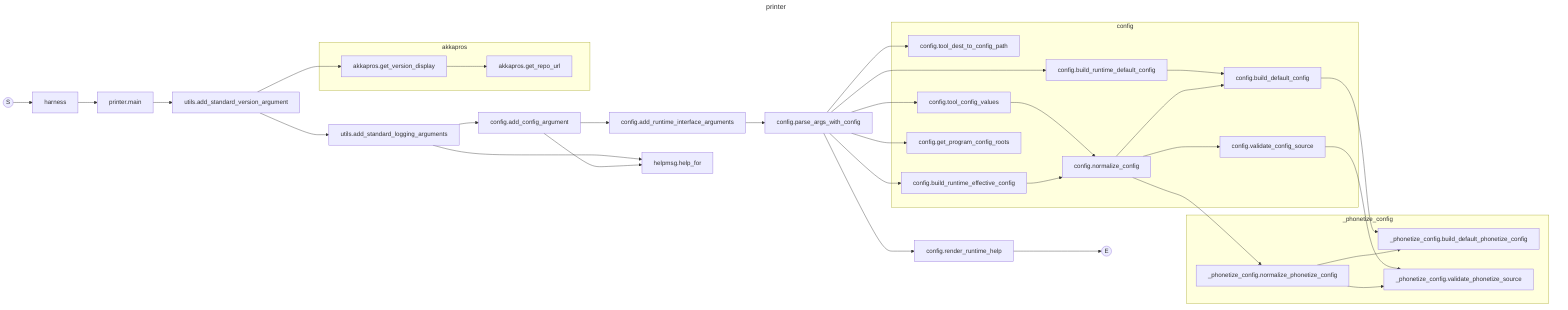
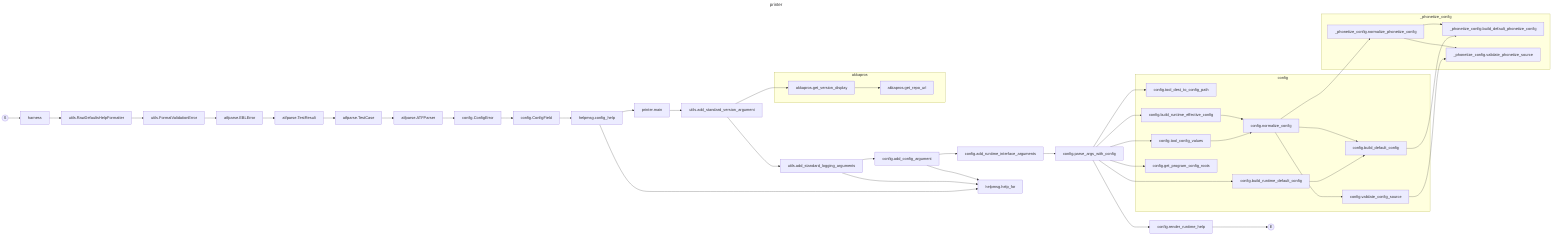
---
title: printer
---
flowchart LR
	__start__(("S"))
	__end__(("E"))
	__main____harness["harness"]
+ 	akkapros_lib_utils__RawDefaultsHelpFormatter["utils.RawDefaultsHelpFormatter"]
+ 	akkapros_lib_utils__FormatValidationError["utils.FormatValidationError"]
+ 	akkapros_lib_atfparse__EBLError["atfparse.EBLError"]
+ 	akkapros_lib_atfparse__TestResult["atfparse.TestResult"]
+ 	akkapros_lib_atfparse__TestCase["atfparse.TestCase"]
+ 	akkapros_lib_atfparse__ATFParser["atfparse.ATFParser"]
+ 	akkapros_lib_config__ConfigError["config.ConfigError"]
+ 	akkapros_lib_config__ConfigField["config.ConfigField"]
+ 	akkapros_lib_helpmsg__config_help["helpmsg.config_help"]
	src_akkapros_cli_printer__main["printer.main"]
	akkapros_lib_utils__add_standard_version_argument["utils.add_standard_version_argument"]
	akkapros_lib_utils__add_standard_logging_arguments["utils.add_standard_logging_arguments"]
	akkapros_lib_config__add_config_argument["config.add_config_argument"]
	akkapros_lib_config__add_runtime_interface_arguments["config.add_runtime_interface_arguments"]
	akkapros_lib_config__parse_args_with_config["config.parse_args_with_config"]
	akkapros_lib_config__render_runtime_help["config.render_runtime_help"]
	subgraph akkapros [akkapros]
		akkapros__get_version_display["akkapros.get_version_display"]
		akkapros__get_repo_url["akkapros.get_repo_url"]
	end
	akkapros_lib_helpmsg__help_for["helpmsg.help_for"]
	subgraph akkapros_lib_config [config]
		akkapros_lib_config__build_runtime_default_config["config.build_runtime_default_config"]
		akkapros_lib_config__build_default_config["config.build_default_config"]
		akkapros_lib_config__tool_dest_to_config_path["config.tool_dest_to_config_path"]
		akkapros_lib_config__tool_config_values["config.tool_config_values"]
		akkapros_lib_config__normalize_config["config.normalize_config"]
		akkapros_lib_config__validate_config_source["config.validate_config_source"]
		akkapros_lib_config__build_runtime_effective_config["config.build_runtime_effective_config"]
		akkapros_lib_config__get_program_config_roots["config.get_program_config_roots"]
	end
	subgraph akkapros_lib__phonetize_config [_phonetize_config]
		akkapros_lib__phonetize_config__build_default_phonetize_config["_phonetize_config.build_default_phonetize_config"]
		akkapros_lib__phonetize_config__validate_phonetize_source["_phonetize_config.validate_phonetize_source"]
		akkapros_lib__phonetize_config__normalize_phonetize_config["_phonetize_config.normalize_phonetize_config"]
	end
	__start__ --> __main____harness
- 	__main____harness --> src_akkapros_cli_printer__main
+ 	__main____harness --> akkapros_lib_utils__RawDefaultsHelpFormatter
+ 	akkapros_lib_utils__RawDefaultsHelpFormatter --> akkapros_lib_utils__FormatValidationError
+ 	akkapros_lib_utils__FormatValidationError --> akkapros_lib_atfparse__EBLError
+ 	akkapros_lib_atfparse__EBLError --> akkapros_lib_atfparse__TestResult
+ 	akkapros_lib_atfparse__TestResult --> akkapros_lib_atfparse__TestCase
+ 	akkapros_lib_atfparse__TestCase --> akkapros_lib_atfparse__ATFParser
+ 	akkapros_lib_atfparse__ATFParser --> akkapros_lib_config__ConfigError
+ 	akkapros_lib_config__ConfigError --> akkapros_lib_config__ConfigField
+ 	akkapros_lib_config__ConfigField --> akkapros_lib_helpmsg__config_help
+ 	akkapros_lib_helpmsg__config_help --> src_akkapros_cli_printer__main
	src_akkapros_cli_printer__main --> akkapros_lib_utils__add_standard_version_argument
	akkapros_lib_utils__add_standard_version_argument --> akkapros_lib_utils__add_standard_logging_arguments
	akkapros_lib_utils__add_standard_logging_arguments --> akkapros_lib_config__add_config_argument
	akkapros_lib_config__add_config_argument --> akkapros_lib_config__add_runtime_interface_arguments
	akkapros_lib_config__add_runtime_interface_arguments --> akkapros_lib_config__parse_args_with_config
	akkapros_lib_config__parse_args_with_config --> akkapros_lib_config__render_runtime_help
	akkapros_lib_config__render_runtime_help --> __end__
+ 	akkapros__get_version_display --> akkapros__get_repo_url
+ 	akkapros_lib_helpmsg__config_help --> akkapros_lib_helpmsg__help_for
	akkapros_lib_utils__add_standard_version_argument --> akkapros__get_version_display
- 	akkapros__get_version_display --> akkapros__get_repo_url
	akkapros_lib_utils__add_standard_logging_arguments --> akkapros_lib_helpmsg__help_for
	akkapros_lib_config__add_config_argument --> akkapros_lib_helpmsg__help_for
	akkapros_lib_config__parse_args_with_config --> akkapros_lib_config__build_runtime_default_config
	akkapros_lib_config__build_runtime_default_config --> akkapros_lib_config__build_default_config
	akkapros_lib_config__build_default_config --> akkapros_lib__phonetize_config__build_default_phonetize_config
	akkapros_lib_config__parse_args_with_config --> akkapros_lib_config__tool_dest_to_config_path
	akkapros_lib_config__parse_args_with_config --> akkapros_lib_config__tool_config_values
	akkapros_lib_config__tool_config_values --> akkapros_lib_config__normalize_config
	akkapros_lib_config__normalize_config --> akkapros_lib_config__validate_config_source
	akkapros_lib_config__validate_config_source --> akkapros_lib__phonetize_config__validate_phonetize_source
	akkapros_lib_config__normalize_config --> akkapros_lib_config__build_default_config
	akkapros_lib_config__normalize_config --> akkapros_lib__phonetize_config__normalize_phonetize_config
	akkapros_lib__phonetize_config__normalize_phonetize_config --> akkapros_lib__phonetize_config__build_default_phonetize_config
	akkapros_lib__phonetize_config__normalize_phonetize_config --> akkapros_lib__phonetize_config__validate_phonetize_source
	akkapros_lib_config__parse_args_with_config --> akkapros_lib_config__build_runtime_effective_config
	akkapros_lib_config__build_runtime_effective_config --> akkapros_lib_config__normalize_config
	akkapros_lib_config__parse_args_with_config --> akkapros_lib_config__get_program_config_roots
